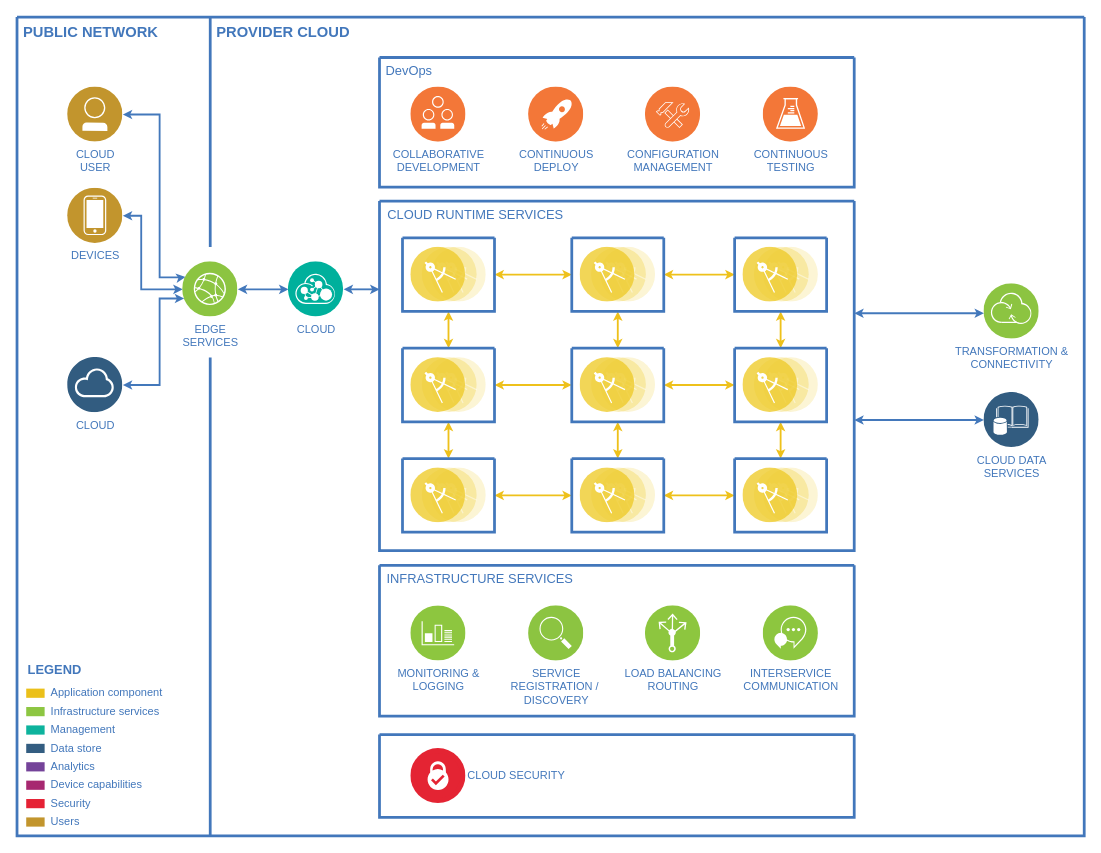
fuzzy28/askterisk keeps this draw.io diagram as docs/diagrams/ArchitectureDiagram.drawio. Above is the earlier version. Source tidied: cells renumbered, new cells numbered last; positions are measured from the earlier drawing's top-left corner, leaving out a move shared by most shapes. Both pictures are drawn from the tidied source at 92%, with x=0, y=0 at pixel (17, 17).
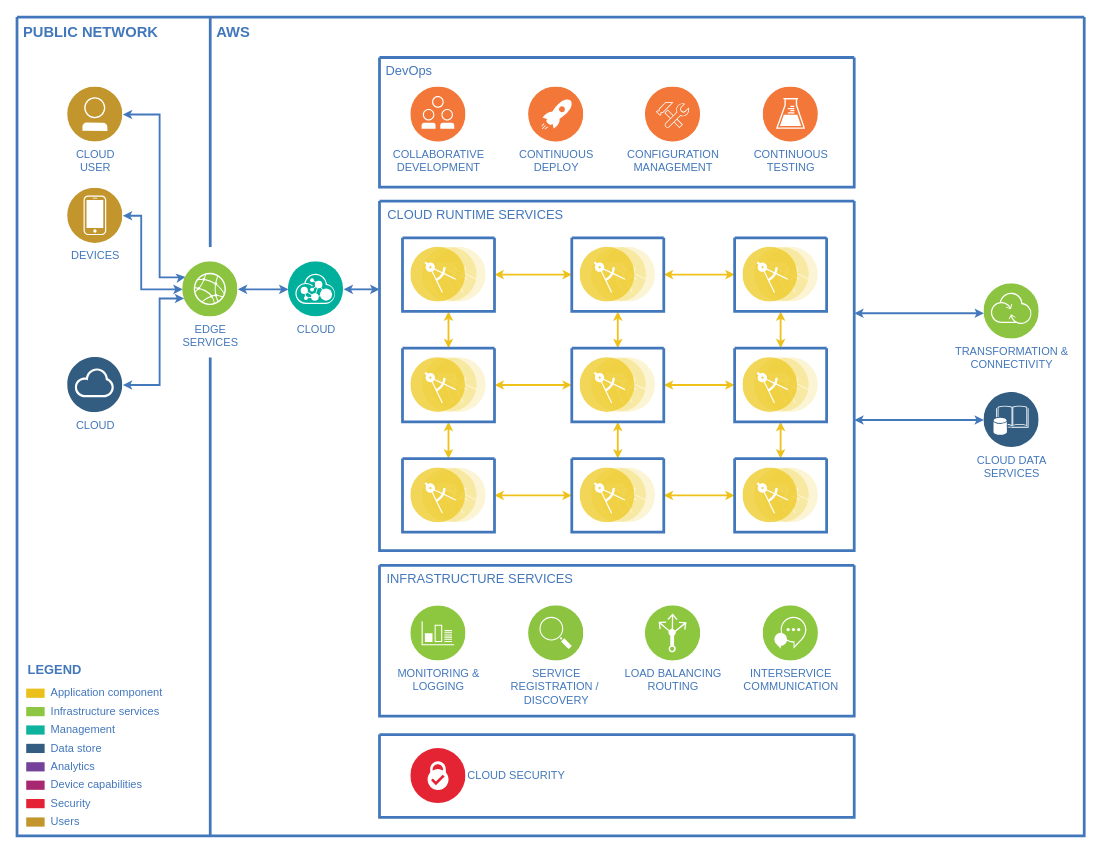
The same diagram, later.

Unchanged cells that the change refers to:
```xml
<mxCell id="2" style="swimlane;shadow=0;strokeColor=#4277BB;fillColor=#ffffff;fontColor=#4277BB;align=right;startSize=0;strokeWidth=3;" parent="1" vertex="1">
  <mxGeometry width="1160" height="890" as="geometry" />
</mxCell>
```

Change to the diagram source:
```diff
@@
-    <mxCell id="5" value="PROVIDER CLOUD" style="text;html=1;align=left;verticalAlign=top;fontColor=#4277BB;shadow=0;dashed=0;strokeColor=none;fillColor=none;labelBackgroundColor=none;fontStyle=1;fontSize=16;spacingLeft=5;" parent="2" vertex="1">
+    <mxCell id="5" value="AWS" style="text;html=1;align=left;verticalAlign=top;fontColor=#4277BB;shadow=0;dashed=0;strokeColor=none;fillColor=none;labelBackgroundColor=none;fontStyle=1;fontSize=16;spacingLeft=5;" parent="2" vertex="1">
       <mxGeometry x="210" width="180" height="35" as="geometry" />
     </mxCell>
```
